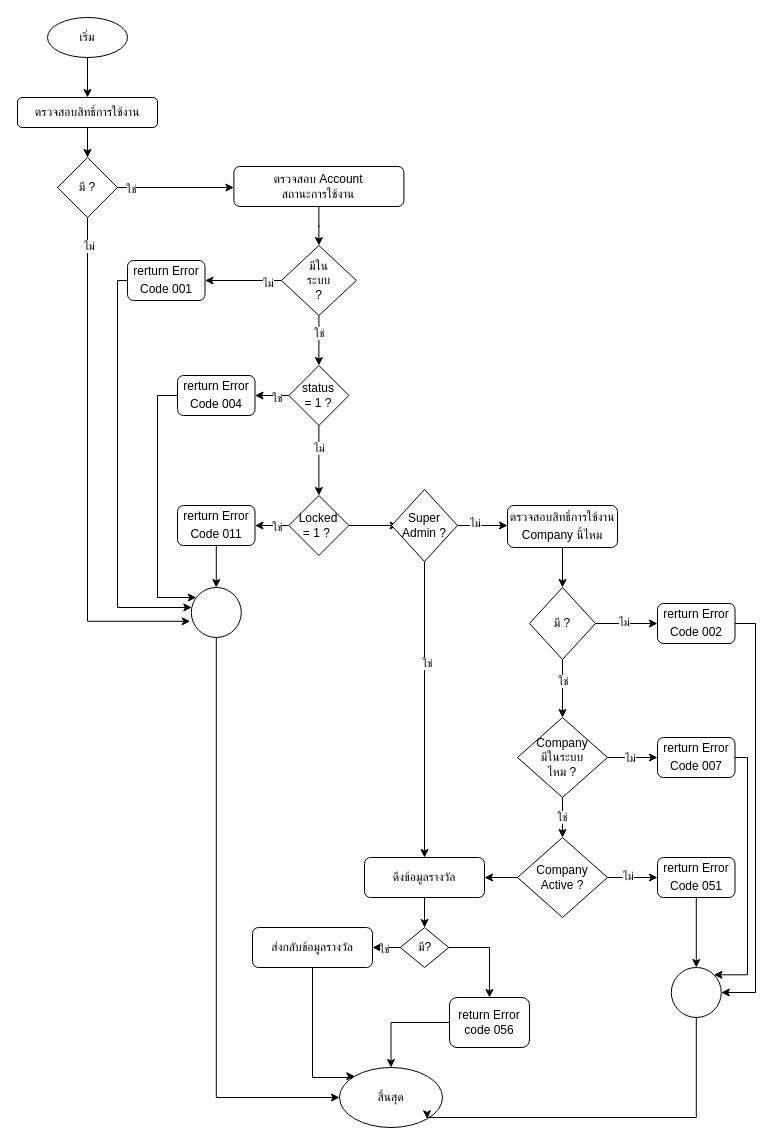
Before: page "หน้า-2" (2 of 4) of ImpotantFinancial.drawio in charifrodmanee/charifrodmanee, a draw.io diagram. Source tidied: cells renumbered, new cells numbered last; positions are measured from the earlier drawing's top-left corner, leaving out a move shared by most shapes. Both pictures are drawn from the tidied source at 100%, with x=0, y=0 at pixel (17, 17).
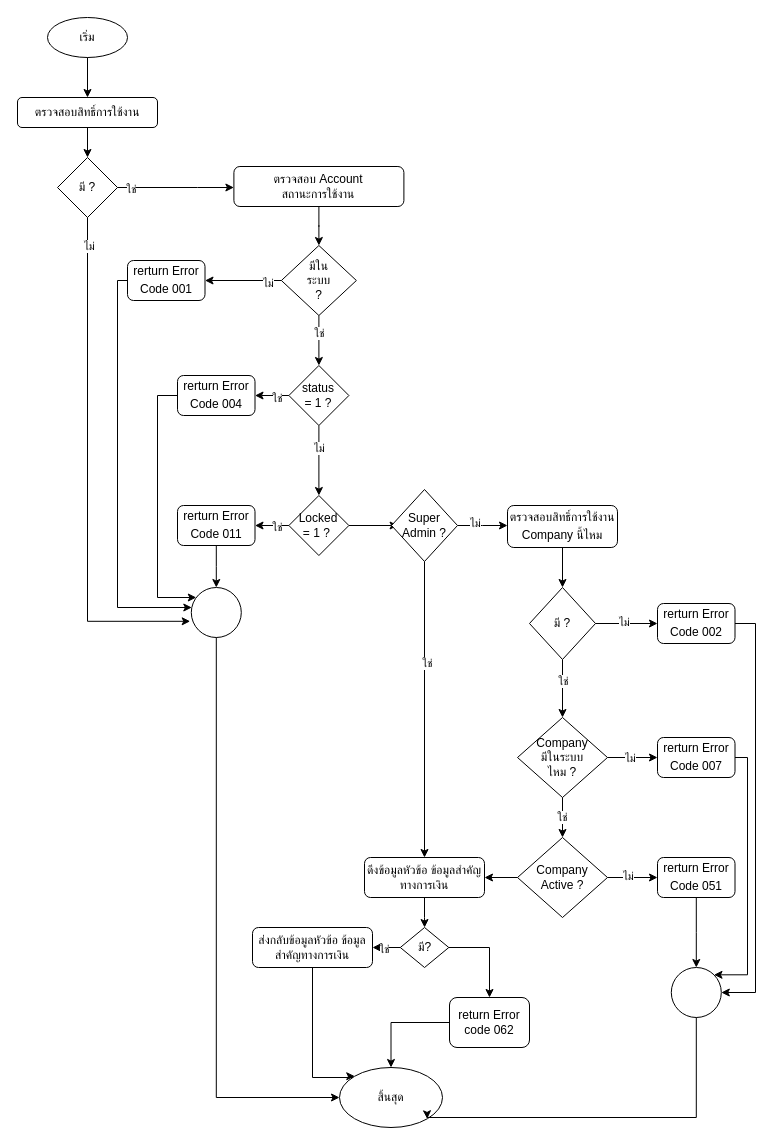
After the change.

Diff of the diagram source:
```diff
@@
-    <mxCell id="55" value="ดึงข้อมูลรางวัล" style="rounded=1;whiteSpace=wrap;html=1;" parent="1" vertex="1">
+    <mxCell id="55" value="ดึงข้อมูลหัวข้อ ข้อมูลสำคัญทางการเงิน" style="rounded=1;whiteSpace=wrap;html=1;" parent="1" vertex="1">
       <mxGeometry x="347" y="840" width="120" height="40" as="geometry" />
     </mxCell>
@@
-    <mxCell id="67" value="ส่งกลับข้อมูลรางวัล" style="rounded=1;whiteSpace=wrap;html=1;" parent="1" vertex="1">
+    <mxCell id="67" value="ส่งกลับข้อมูลหัวข้อ ข้อมูลสำคัญทางการเงิน" style="rounded=1;whiteSpace=wrap;html=1;" parent="1" vertex="1">
       <mxGeometry x="235" y="910" width="120" height="40" as="geometry" />
     </mxCell>
@@
-    <mxCell id="73" value="return Error code 056" style="rounded=1;whiteSpace=wrap;html=1;" parent="1" vertex="1">
+    <mxCell id="73" value="return Error code 062" style="rounded=1;whiteSpace=wrap;html=1;" parent="1" vertex="1">
       <mxGeometry x="432" y="980" width="80" height="50" as="geometry" />
     </mxCell>
```
